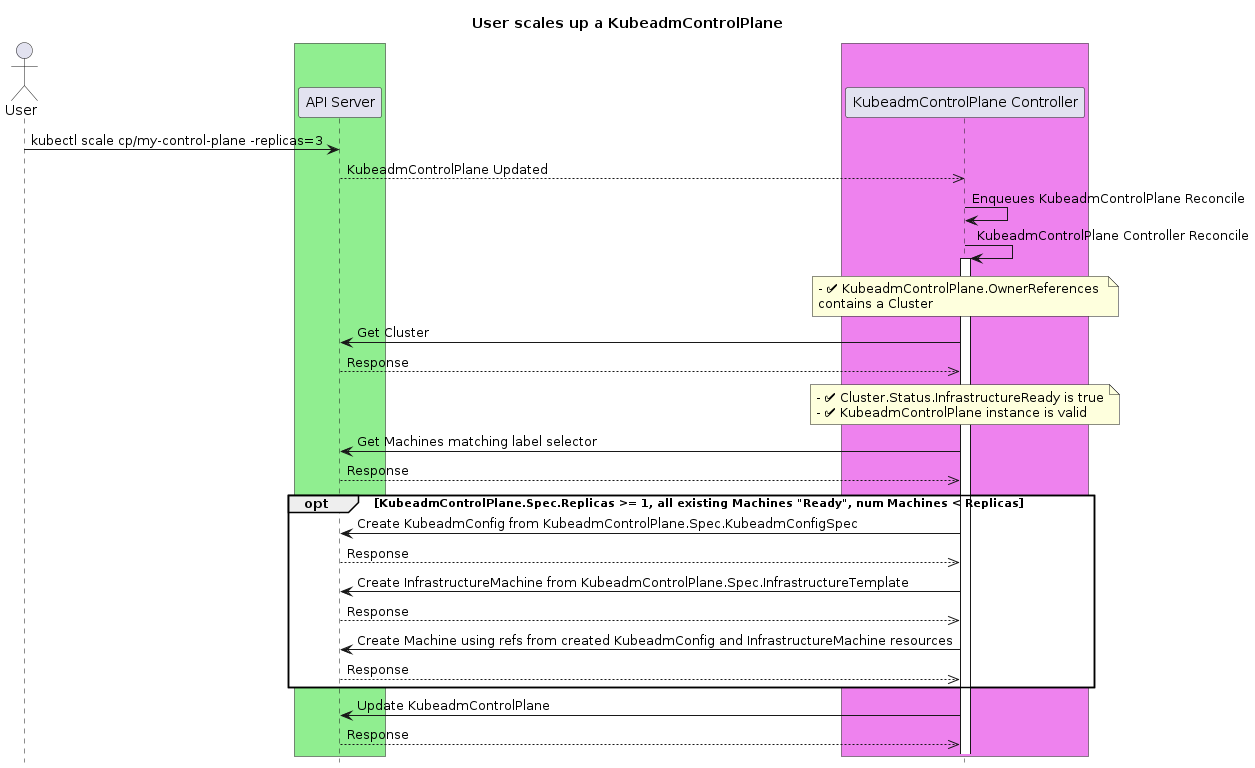
Before: docs/proposals/images/controlplane/controlplane-init-6.png, a diagram exported from PlantUML (kubernetes-sigs/cluster-api).
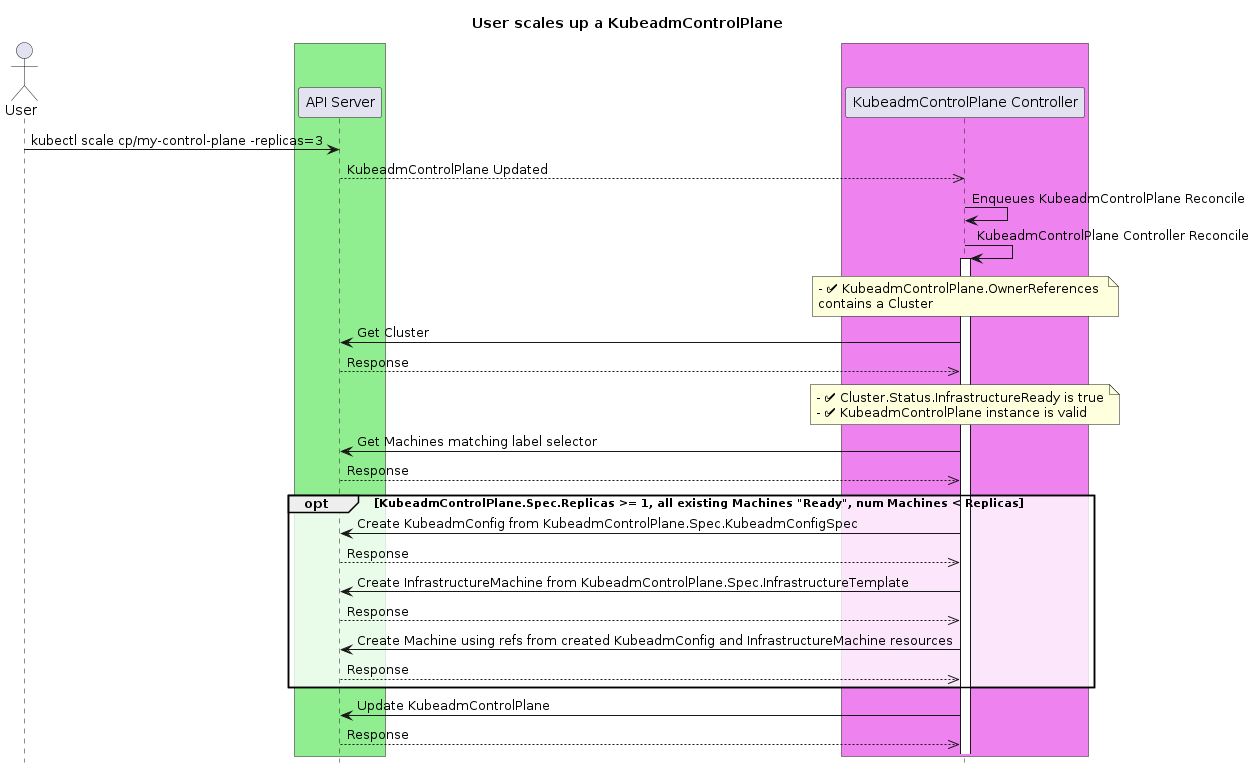
The same diagram one commit later.

Diff of the diagram source:
```diff
@@ -30,7 +30,7 @@
 "KubeadmControlPlane Controller"->"API Server": Get Machines matching label selector
 "KubeadmControlPlane Controller"<<--"API Server": Response
 
-opt #white KubeadmControlPlane.Spec.Replicas >= 1, all existing Machines "Ready", num Machines < Replicas
+opt #FFFFFFCC KubeadmControlPlane.Spec.Replicas >= 1, all existing Machines "Ready", num Machines < Replicas
 
 "KubeadmControlPlane Controller"->"API Server": Create KubeadmConfig from KubeadmControlPlane.Spec.KubeadmConfigSpec
 "KubeadmControlPlane Controller"<<--"API Server": Response
```
